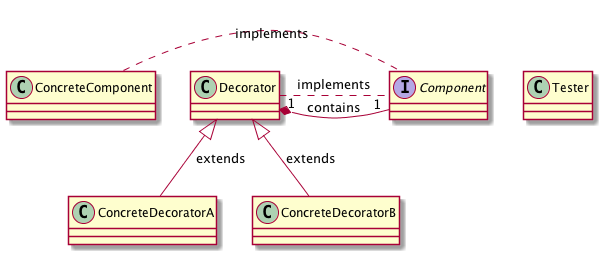
The PlantUML diagram UMLGenerator/test-case-5.png in rashmishrm/UMLParser, before a commit. The source it was exported from:
```plantuml
@startuml
interface Component{
}

class ConcreteComponent{
}

class ConcreteDecoratorA{
}

class ConcreteDecoratorB{
}

class Decorator{
}

class Tester{
}

ConcreteComponent . Component : implements
Decorator<|--ConcreteDecoratorA : extends
Decorator<|--ConcreteDecoratorB : extends
Decorator . Component : implements
Decorator  "1" *--  "1"  Component : contains

@enduml
```
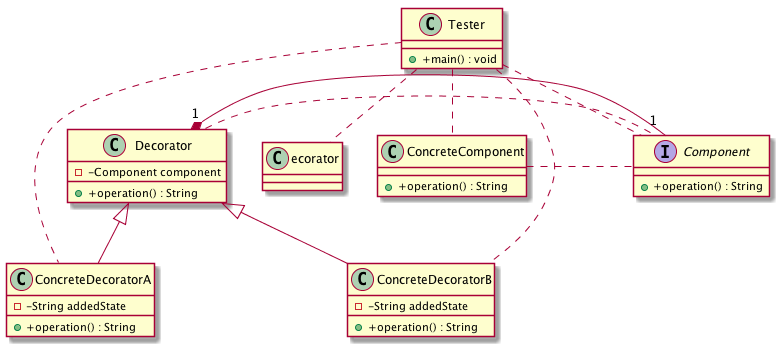
The same diagram one commit later.

Commit message:
Changes for accomodating test case 5

Change to the diagram source:
```diff
@@ -1,26 +1,40 @@
 @startuml
 interface Component{
++ +operation() : String
 }
 
 class ConcreteComponent{
++ +operation() : String
 }
 
 class ConcreteDecoratorA{
+- -String addedState
++ +operation() : String
 }
 
 class ConcreteDecoratorB{
+- -String addedState
++ +operation() : String
 }
 
 class Decorator{
+- -Component component
++ +operation() : String
 }
 
 class Tester{
++ +main() : void
 }
 
-ConcreteComponent . Component : implements
-Decorator<|--ConcreteDecoratorA : extends
-Decorator<|--ConcreteDecoratorB : extends
-Decorator . Component : implements
-Decorator  "1" *--  "1"  Component : contains
+ConcreteComponent . Component
+Decorator<|--ConcreteDecoratorA
+Decorator<|--ConcreteDecoratorB
+Decorator . Component
+Decorator  "1" *--  "1"  Component
+Tester..ConcreteDecoratorA
+Tester..Decorator
+Tester..ConcreteComponent
+Tester..ConcreteDecoratorB
+Tester..Component
 
 @enduml
```
